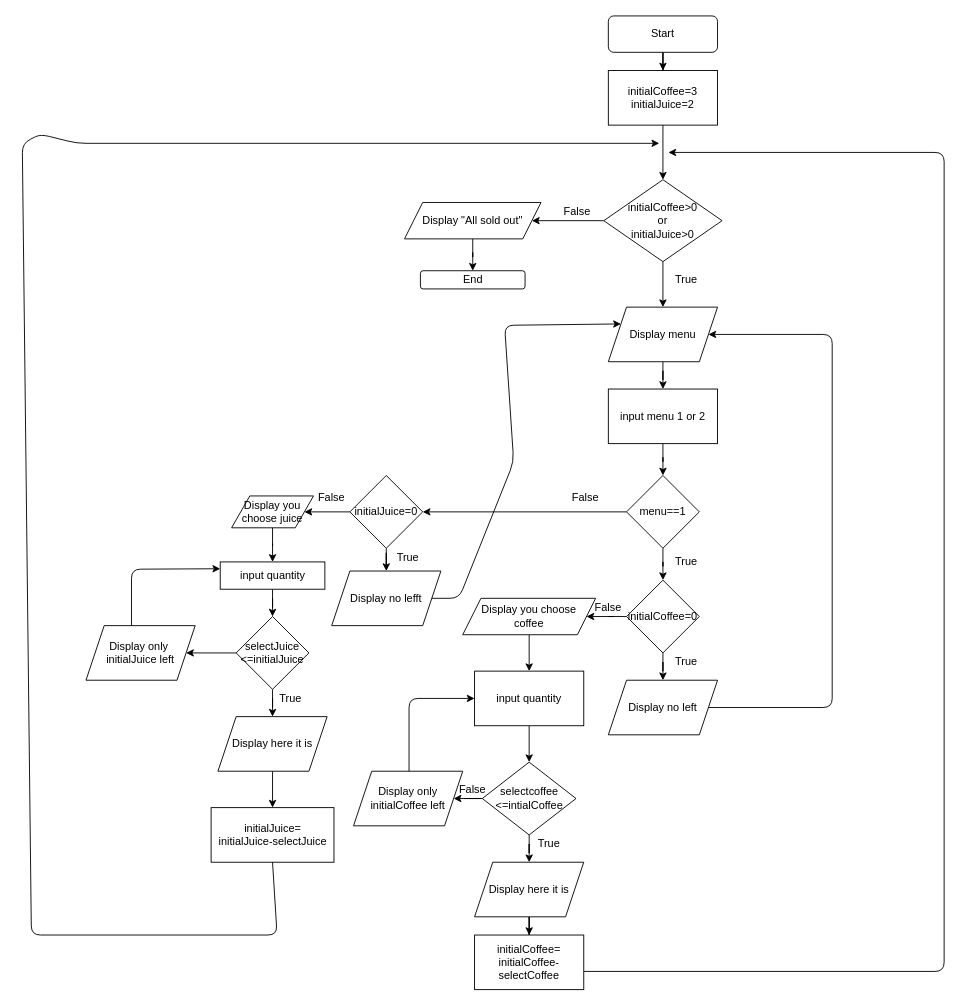
The draw.io diagram Untitled Diagram.drawio in Lee-Min-Jung/PROGRAMMING-INTRODUCTION, before the edit. Source tidied: cells renumbered, new cells numbered last; positions are measured from the earlier drawing's top-left corner, leaving out a move shared by most shapes. Both pictures are drawn from the tidied source at 91%, with x=0, y=0 at pixel (22, 15).
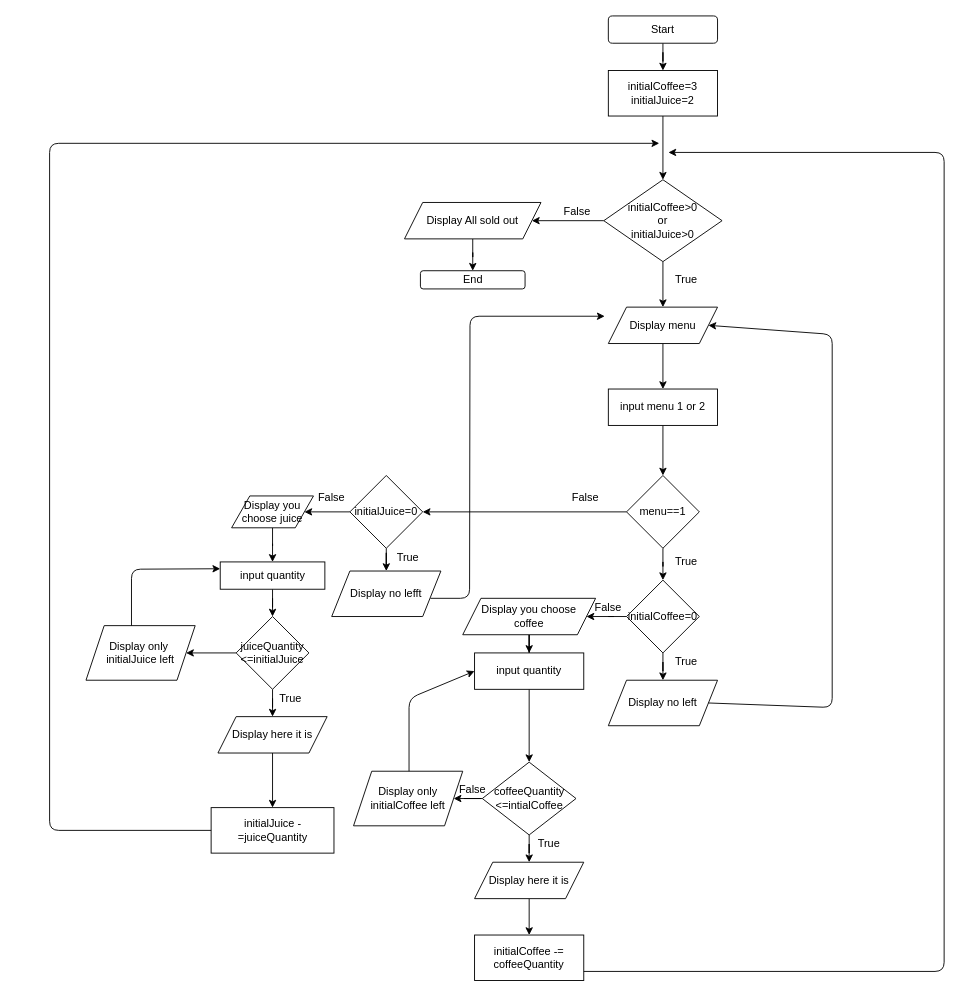
The same page after the edit.

Commit message:
flow chart final

Change to the diagram source:
```diff
@@
     <mxCell id="3" value="Start" style="rounded=1;whiteSpace=wrap;html=1;fontSize=12;glass=0;strokeWidth=1;shadow=0;" parent="1" vertex="1">
-      <mxGeometry x="644" width="120" height="40" as="geometry" />
+      <mxGeometry x="644" width="120" height="30" as="geometry" />
     </mxCell>
@@
     <mxCell id="5" value="initialCoffee=3&lt;br&gt;initialJuice=2" style="rounded=0;whiteSpace=wrap;html=1;" parent="1" vertex="1">
-      <mxGeometry x="644" y="60" width="120" height="60" as="geometry" />
+      <mxGeometry x="644" y="60" width="120" height="50" as="geometry" />
     </mxCell>
@@
     <mxCell id="10" value="Display menu" style="shape=parallelogram;perimeter=parallelogramPerimeter;whiteSpace=wrap;html=1;fixedSize=1;" parent="1" vertex="1">
-      <mxGeometry x="644" y="320" width="120" height="60" as="geometry" />
+      <mxGeometry x="644" y="320" width="120" height="40" as="geometry" />
     </mxCell>
@@
-    <mxCell id="12" value="Display &quot;All sold out&quot;" style="shape=parallelogram;perimeter=parallelogramPerimeter;whiteSpace=wrap;html=1;fixedSize=1;" parent="1" vertex="1">
+    <mxCell id="12" value="Display All sold out" style="shape=parallelogram;perimeter=parallelogramPerimeter;whiteSpace=wrap;html=1;fixedSize=1;" parent="1" vertex="1">
       <mxGeometry x="420" y="205" width="150" height="40" as="geometry" />
     </mxCell>
@@
     <mxCell id="17" value="input menu 1 or 2" style="rounded=0;whiteSpace=wrap;html=1;" parent="1" vertex="1">
-      <mxGeometry x="644" y="410" width="120" height="60" as="geometry" />
+      <mxGeometry x="644" y="410" width="120" height="40" as="geometry" />
     </mxCell>
@@
     <mxCell id="24" value="Display no left" style="shape=parallelogram;perimeter=parallelogramPerimeter;whiteSpace=wrap;html=1;fixedSize=1;" parent="1" vertex="1">
-      <mxGeometry x="644" y="730" width="120" height="60" as="geometry" />
+      <mxGeometry x="644" y="730" width="120" height="50" as="geometry" />
     </mxCell>
@@
     <mxCell id="35" value="input quantity" style="rounded=0;whiteSpace=wrap;html=1;" parent="1" vertex="1">
-      <mxGeometry x="497" y="720" width="120" height="60" as="geometry" />
+      <mxGeometry x="497" y="700" width="120" height="40" as="geometry" />
     </mxCell>
@@
-    <mxCell id="38" value="selectcoffee&lt;br&gt;&amp;lt;=intialCoffee" style="rhombus;whiteSpace=wrap;html=1;" parent="1" vertex="1">
+    <mxCell id="38" value="coffeeQuantity&lt;br&gt;&amp;lt;=intialCoffee" style="rhombus;whiteSpace=wrap;html=1;" parent="1" vertex="1">
       <mxGeometry x="505.5" y="820" width="103" height="80" as="geometry" />
     </mxCell>
@@
     <mxCell id="40" value="Display here it is" style="shape=parallelogram;perimeter=parallelogramPerimeter;whiteSpace=wrap;html=1;fixedSize=1;" parent="1" vertex="1">
-      <mxGeometry x="497" y="930" width="120" height="60" as="geometry" />
+      <mxGeometry x="497" y="930" width="120" height="40" as="geometry" />
     </mxCell>
-    <mxCell id="41" value="initialCoffee=&lt;br&gt;initialCoffee-selectCoffee" style="rounded=0;whiteSpace=wrap;html=1;" parent="1" vertex="1">
-      <mxGeometry x="497" y="1010" width="120" height="60" as="geometry" />
+    <mxCell id="41" value="initialCoffee -=&lt;br&gt;coffeeQuantity" style="rounded=0;whiteSpace=wrap;html=1;" parent="1" vertex="1">
+      <mxGeometry x="497" y="1010" width="120" height="50" as="geometry" />
     </mxCell>
@@
     <mxCell id="45" value="Display no lefft" style="shape=parallelogram;perimeter=parallelogramPerimeter;whiteSpace=wrap;html=1;fixedSize=1;" parent="1" vertex="1">
-      <mxGeometry x="340" y="610" width="120" height="60" as="geometry" />
+      <mxGeometry x="340" y="610" width="120" height="50" as="geometry" />
     </mxCell>
@@
-    <mxCell id="54" value="selectJuice&lt;br&gt;&amp;lt;=initialJuice" style="rhombus;whiteSpace=wrap;html=1;" parent="1" vertex="1">
+    <mxCell id="54" value="juiceQuantity&lt;br&gt;&amp;lt;=initialJuice" style="rhombus;whiteSpace=wrap;html=1;" parent="1" vertex="1">
       <mxGeometry x="235" y="660" width="80" height="80" as="geometry" />
     </mxCell>
@@
     <mxCell id="56" value="Display here it is" style="shape=parallelogram;perimeter=parallelogramPerimeter;whiteSpace=wrap;html=1;fixedSize=1;" parent="1" vertex="1">
-      <mxGeometry x="215" y="770" width="120" height="60" as="geometry" />
+      <mxGeometry x="215" y="770" width="120" height="40" as="geometry" />
     </mxCell>
@@
-    <mxCell id="59" value="initialJuice=&lt;br&gt;initialJuice-selectJuice" style="rounded=0;whiteSpace=wrap;html=1;" parent="1" vertex="1">
-      <mxGeometry x="207.5" y="870" width="135" height="60" as="geometry" />
+    <mxCell id="59" value="initialJuice -=juiceQuantity" style="rounded=0;whiteSpace=wrap;html=1;" parent="1" vertex="1">
+      <mxGeometry x="207.5" y="870" width="135" height="50" as="geometry" />
     </mxCell>
@@
-    <mxCell id="63" style="endArrow=classic;html=1;entryX=0;entryY=0.25;entryDx=0;entryDy=0;" parent="1" edge="1" source="45" target="10">
-      <mxGeometry relative="1" as="geometry">
-        <Array as="points">
-          <mxPoint x="480" y="640" />
-          <mxPoint x="540" y="490" />
-          <mxPoint x="530" y="340" />
-        </Array>
-      </mxGeometry>
-    </mxCell>
@@
-    <mxCell id="65" style="endArrow=classic;html=1;exitX=0.5;exitY=1;exitDx=0;exitDy=0;" parent="1" edge="1" source="59">
-      <mxGeometry relative="1" as="geometry">
-        <mxPoint x="700" y="140" as="targetPoint" />
-        <Array as="points">
-          <mxPoint x="280" y="1010" />
-          <mxPoint x="10" y="1010" />
-          <mxPoint y="140" />
-          <mxPoint x="20" y="130" />
-          <mxPoint x="60" y="140" />
-        </Array>
-      </mxGeometry>
-    </mxCell>
+    <mxCell id="66" style="endArrow=classic;html=1;exitX=0;exitY=0.5;exitDx=0;exitDy=0;" parent="1" edge="1" source="59">
+      <mxGeometry relative="1" as="geometry">
+        <mxPoint x="700" y="140" as="targetPoint" />
+        <Array as="points">
+          <mxPoint x="30" y="895" />
+          <mxPoint x="30" y="140" />
+        </Array>
+      </mxGeometry>
+    </mxCell>
+    <mxCell id="67" style="endArrow=classic;html=1;" parent="1" edge="1">
+      <mxGeometry relative="1" as="geometry">
+        <mxPoint x="448.5" y="640" as="sourcePoint" />
+        <mxPoint x="640" y="330" as="targetPoint" />
+        <Array as="points">
+          <mxPoint x="491.5" y="640" />
+          <mxPoint x="492" y="330" />
+        </Array>
+      </mxGeometry>
+    </mxCell>
```
